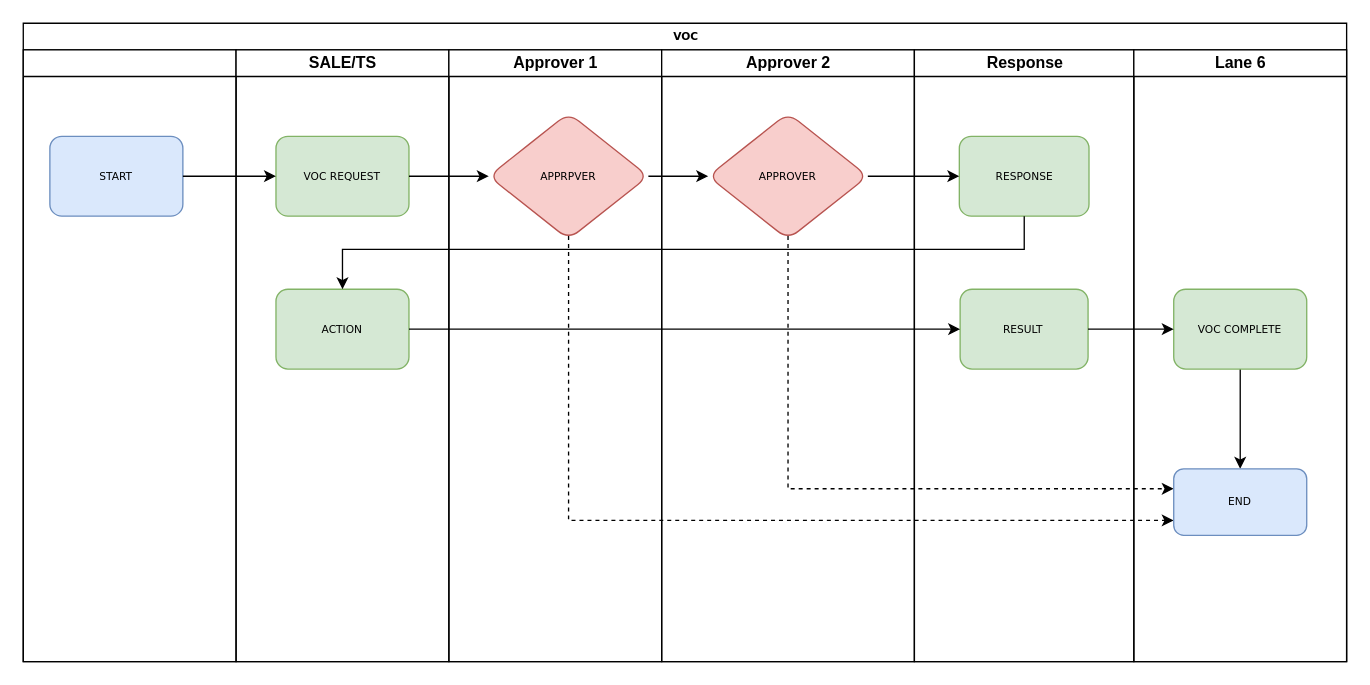
Before: VOC_Flowdiagram.drawio in krishanathep/my-flowchart, a draw.io diagram. Source tidied: cells renumbered, new cells numbered last; positions are measured from the earlier drawing's top-left corner, leaving out a move shared by most shapes. Both pictures are drawn from the tidied source at 133%, with x=0, y=0 at pixel (23, 23).
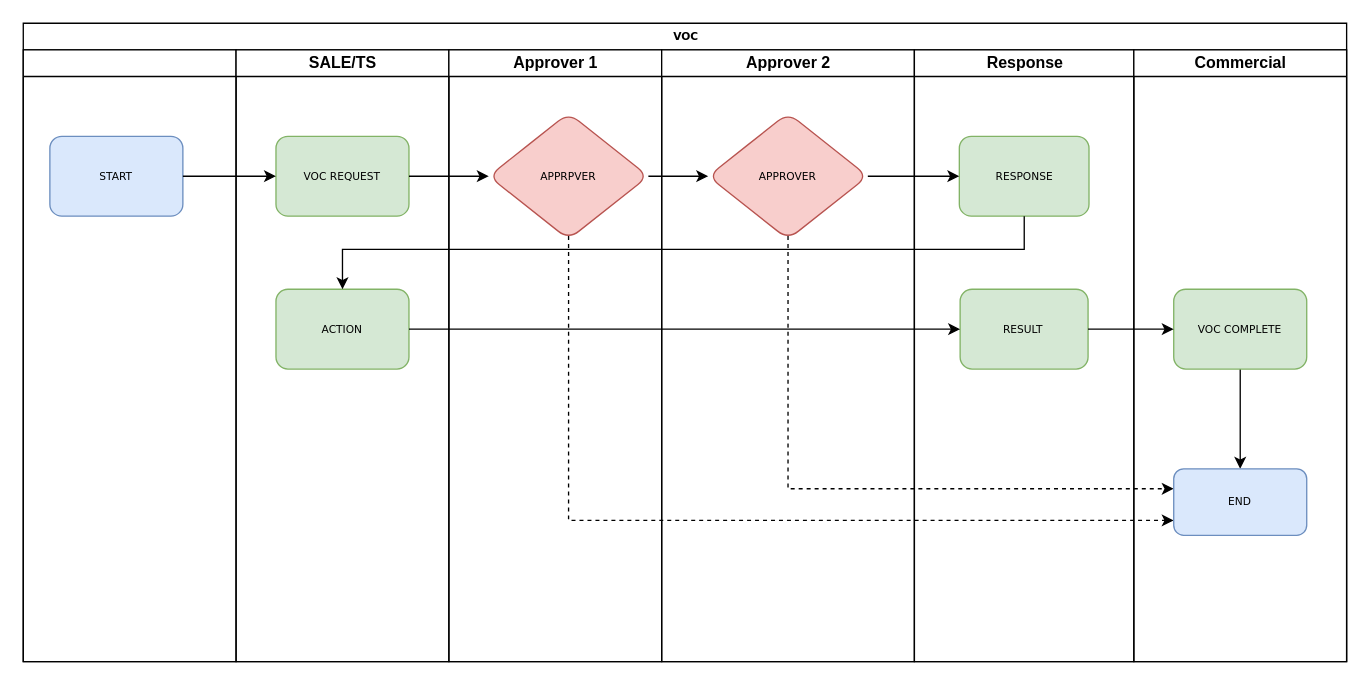
The same page after the edit.

Unchanged cells that the change refers to:
```xml
<mxCell id="2" value="VOC" style="swimlane;html=1;startSize=20;rounded=0;shadow=0;labelBackgroundColor=none;strokeWidth=1;fontFamily=Verdana;fontSize=8;align=center;" parent="1" vertex="1">
  <mxGeometry width="995" height="480" as="geometry" />
</mxCell>
```

Change to the diagram source:
```diff
@@
-    <mxCell id="17" value="Lane 6" style="swimlane;html=1;startSize=20;" parent="2" vertex="1">
+    <mxCell id="17" value="Commercial" style="swimlane;html=1;startSize=20;" parent="2" vertex="1">
       <mxGeometry x="835" y="20" width="160" height="460" as="geometry" />
     </mxCell>
```
